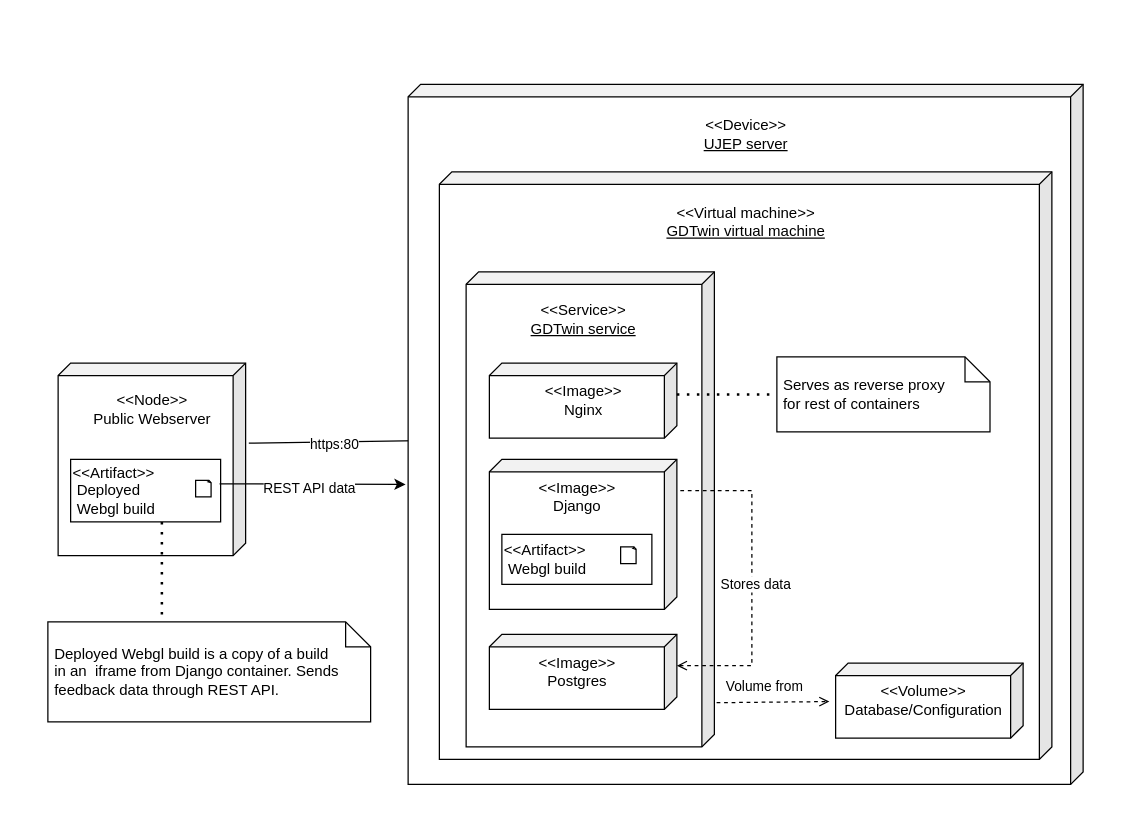
Before: documentation/diagrams/deployment.drawio in pavelberanek91/gdtwins, a draw.io diagram. Source tidied: cells renumbered, new cells numbered last; positions are measured from the earlier drawing's top-left corner, leaving out a move shared by most shapes. Both pictures are drawn from the tidied source at 125%, with x=0, y=0 at pixel (48, 84).
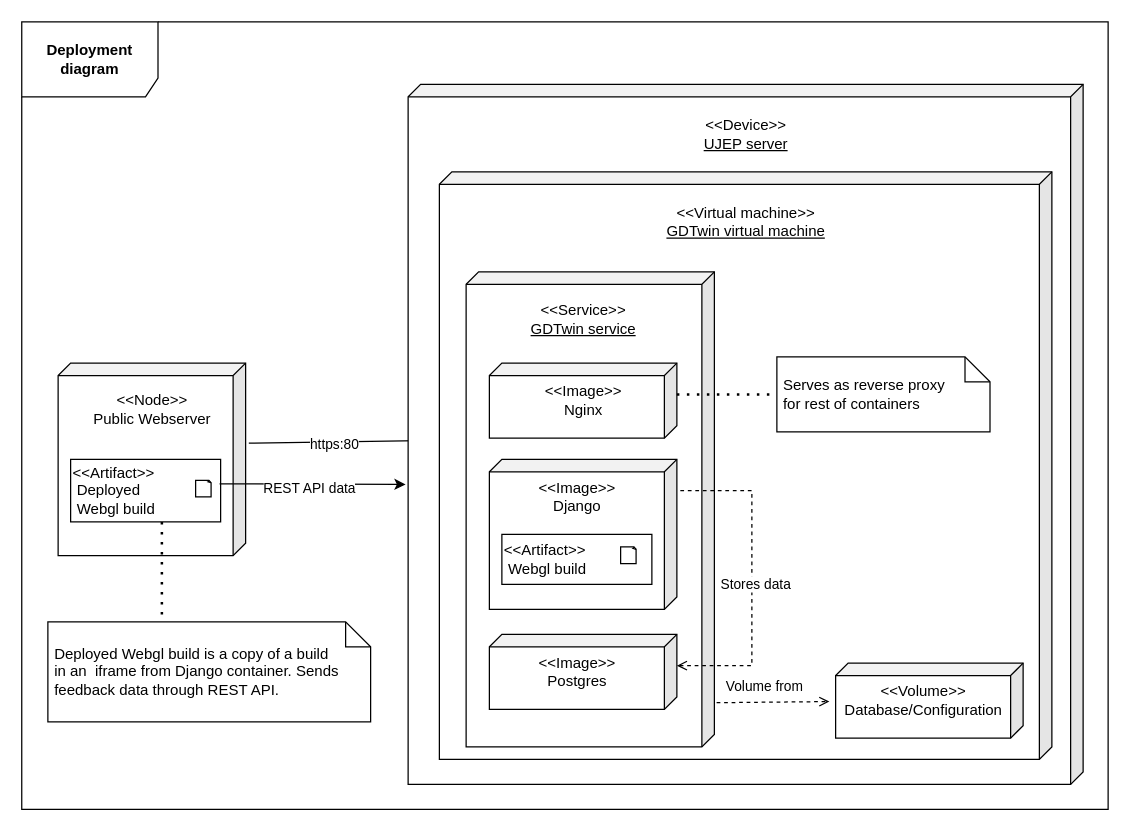
Above is the later version.

Commit message (it also covers changes not shown here):
added frames to all diagrams

What changed in the source:
```diff
@@
+    <mxCell id="38" value="&lt;b&gt;Deployment diagram&lt;/b&gt;" style="shape=umlFrame;whiteSpace=wrap;html=1;width=109;height=60;" parent="1" vertex="1">
+      <mxGeometry x="-21.1" y="-50" width="869.1" height="630" as="geometry" />
+    </mxCell>
```
